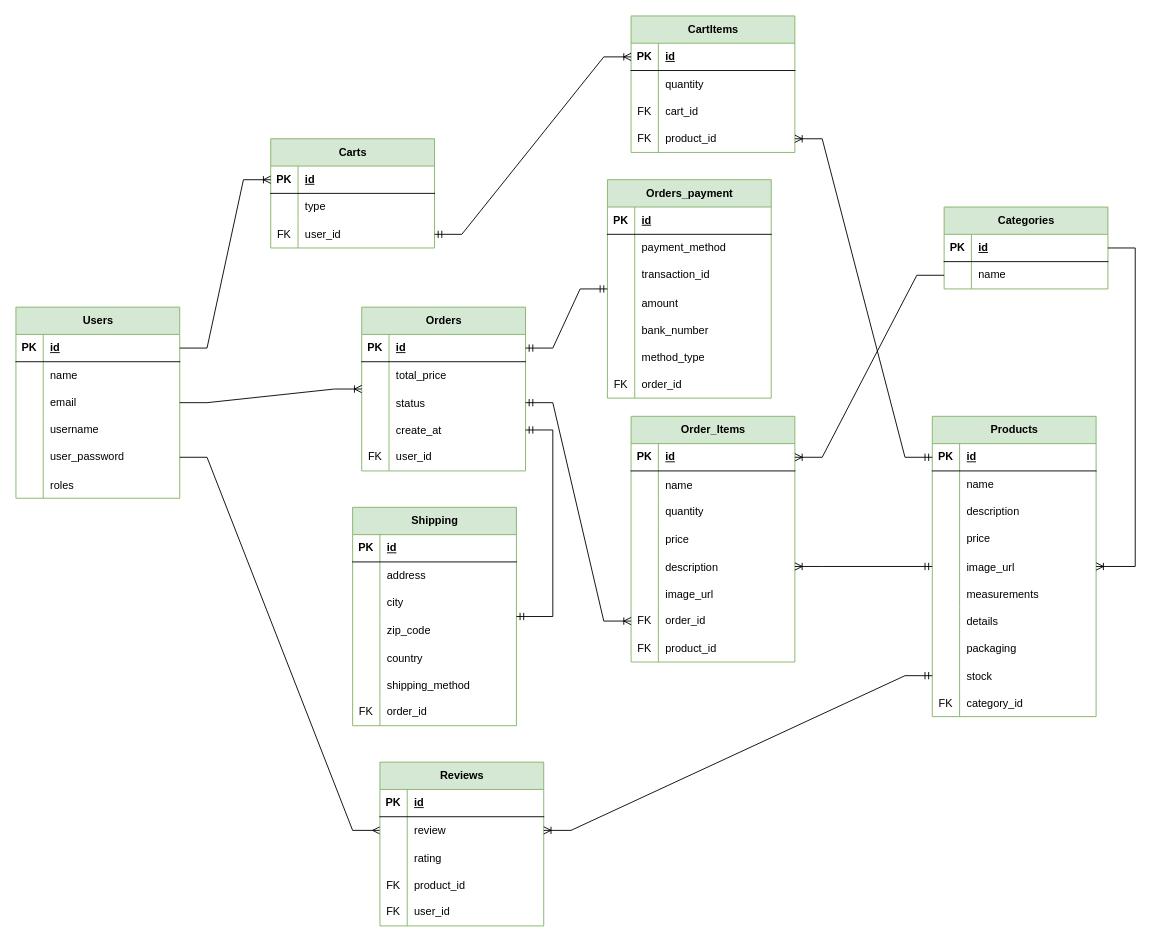
Earlier version of the draw.io diagram ER Diagram.drawio (matobuild/Elegant). Source tidied: cells renumbered, new cells numbered last; positions are measured from the earlier drawing's top-left corner, leaving out a move shared by most shapes. Both pictures are drawn from the tidied source at 91%, with x=0, y=0 at pixel (15, 15).
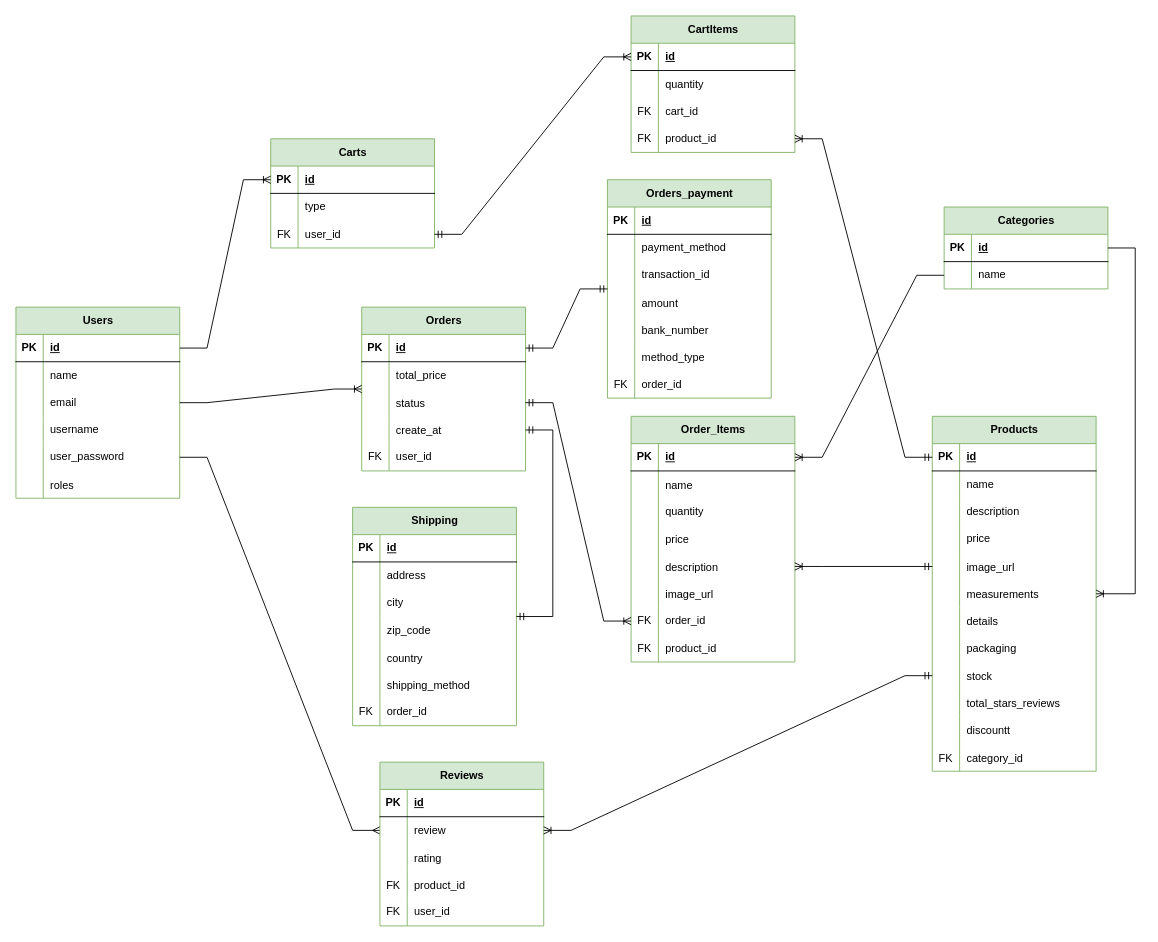
The same page after the edit.

What changed in the source:
```diff
@@
     <mxCell id="21" value="Products" style="shape=table;startSize=30;childLayout=tableLayout;rowLines=0;fontStyle=1;align=center;html=1;fillColor=#d5e8d4;strokeColor=#82b366;" parent="1" vertex="1">
-      <mxGeometry x="1007" y="440" width="180" height="330" as="geometry" />
+      <mxGeometry x="1007" y="440" width="180" height="390" as="geometry" />
     </mxCell>
@@
+    <mxCell id="195" style="shape=tableRow;horizontal=0;startSize=0;swimlaneHead=0;swimlaneBody=0;fillColor=none;top=0;left=0;right=0;bottom=0;" parent="21" vertex="1">
+      <mxGeometry y="300" width="180" height="30" as="geometry" />
+    </mxCell>
+    <mxCell id="196" style="shape=partialRectangle;fillColor=none;top=0;left=0;bottom=0;right=0;overflow=hidden;" parent="195" vertex="1">
+      <mxGeometry width="30" height="30" as="geometry" />
+    </mxCell>
+    <mxCell id="197" value="total_stars_reviews" style="shape=partialRectangle;fillColor=none;top=0;left=0;bottom=0;right=0;align=left;spacingLeft=6;overflow=hidden;" parent="195" vertex="1">
+      <mxGeometry x="30" width="150" height="30" as="geometry" />
+    </mxCell>
+    <mxCell id="198" style="shape=tableRow;horizontal=0;startSize=0;swimlaneHead=0;swimlaneBody=0;fillColor=none;top=0;left=0;right=0;bottom=0;" parent="21" vertex="1">
+      <mxGeometry y="330" width="180" height="30" as="geometry" />
+    </mxCell>
+    <mxCell id="199" style="shape=partialRectangle;fillColor=none;top=0;left=0;bottom=0;right=0;overflow=hidden;" parent="198" vertex="1">
+      <mxGeometry width="30" height="30" as="geometry" />
+    </mxCell>
+    <mxCell id="200" value="discountt" style="shape=partialRectangle;fillColor=none;top=0;left=0;bottom=0;right=0;align=left;spacingLeft=6;overflow=hidden;" parent="198" vertex="1">
+      <mxGeometry x="30" width="150" height="30" as="geometry" />
+    </mxCell>
     <mxCell id="49" style="shape=tableRow;horizontal=0;startSize=0;swimlaneHead=0;swimlaneBody=0;fillColor=none;top=0;left=0;right=0;bottom=0;" parent="21" vertex="1">
-      <mxGeometry y="300" width="180" height="30" as="geometry" />
+      <mxGeometry y="360" width="180" height="30" as="geometry" />
     </mxCell>
```
